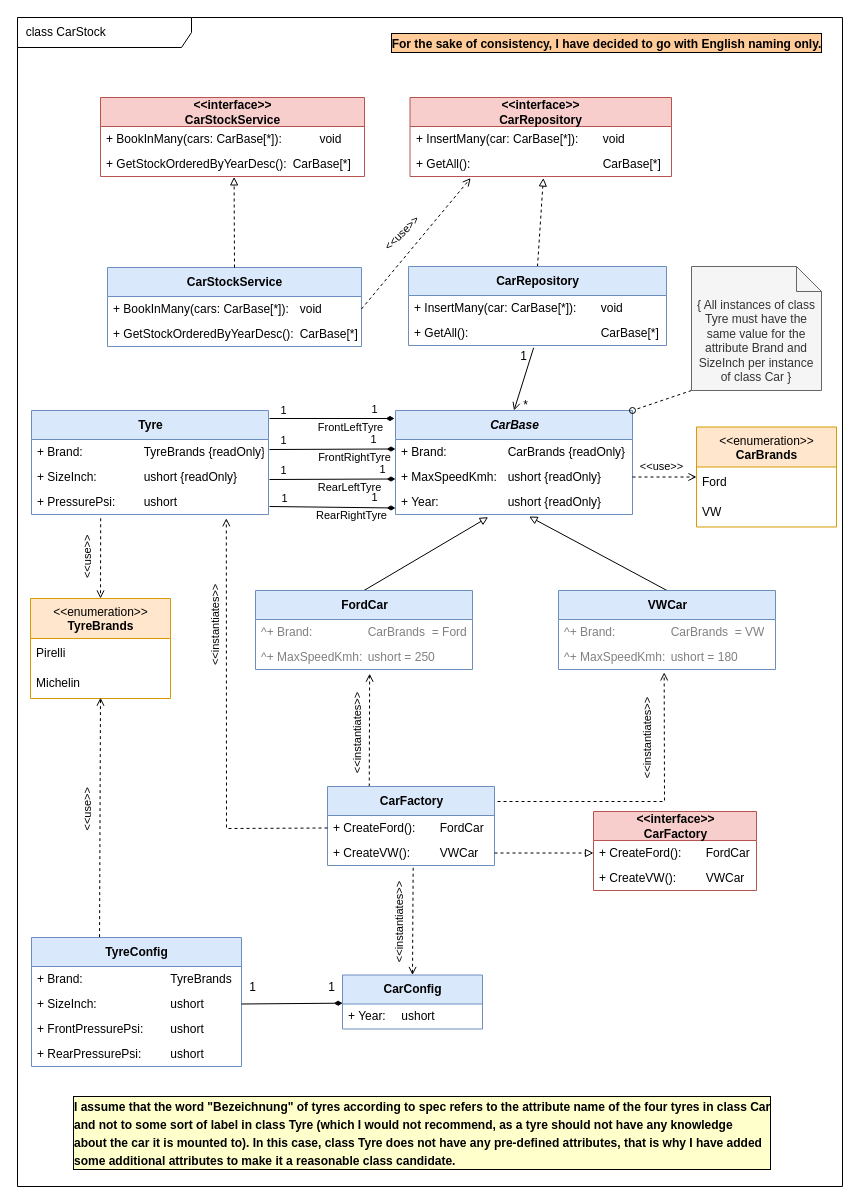
Above: _Docs/Design.drawio in PaWeCoding/CarStock (draw.io), before the change. Source tidied: cells renumbered, new cells numbered last; positions are measured from the earlier drawing's top-left corner, leaving out a move shared by most shapes. Both pictures are drawn from the tidied source at 100%, with x=0, y=0 at pixel (17, 17).
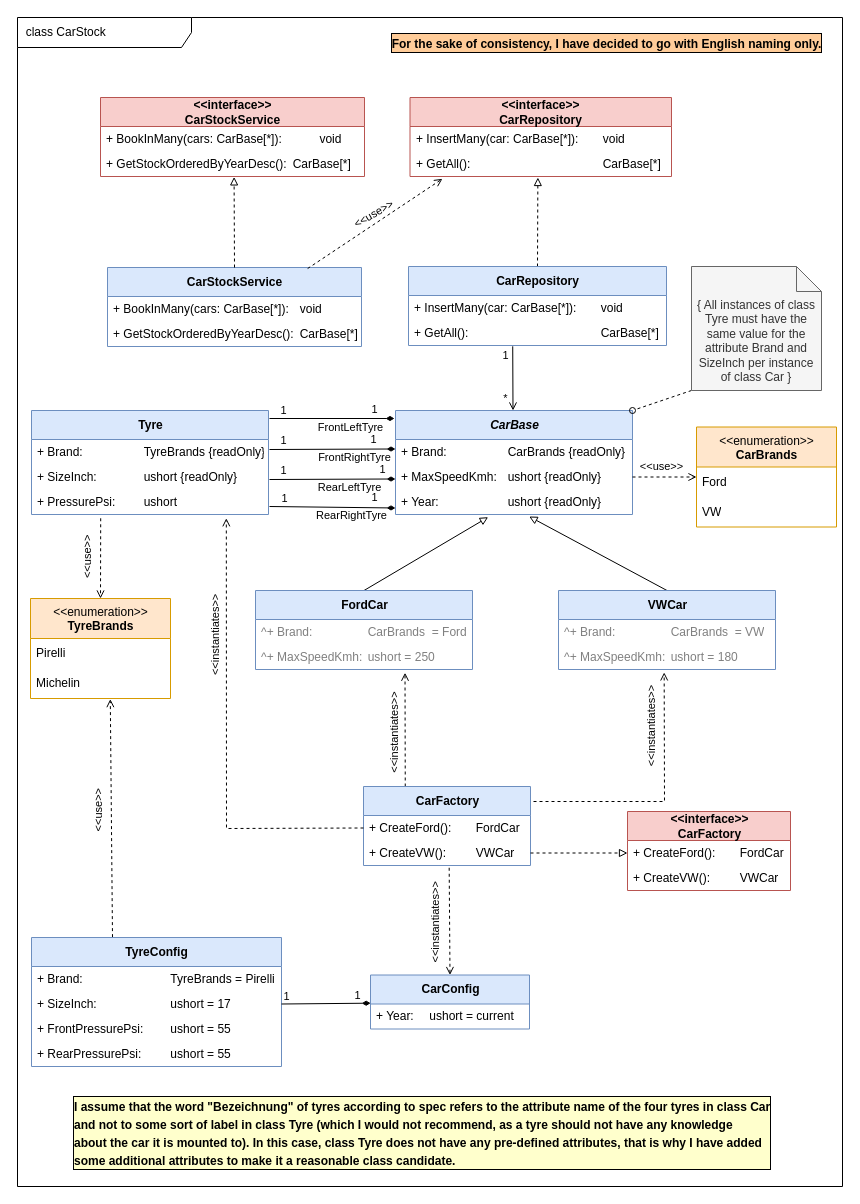
After the change.

Commit message:
Default values added to CarConfig and TyreConfig attributes

The change refers to these unchanged cells:
```xml
<mxCell id="3" value="&lt;i&gt;CarBase&lt;/i&gt;" style="swimlane;fontStyle=1;align=center;verticalAlign=middle;horizontal=1;startSize=29;html=1;fillColor=#dae8fc;strokeColor=#6c8ebf;" parent="1" vertex="1">
  <mxGeometry x="378" y="393" width="237" height="104" as="geometry" />
</mxCell>
<mxCell id="15" value="^+ MaxSpeedKmh:&lt;span style=&quot;white-space: pre;&quot;&gt;&#9;&lt;/span&gt;ushort = 250" style="text;html=1;strokeColor=none;fillColor=none;align=left;verticalAlign=middle;spacingLeft=4;spacingRight=4;overflow=hidden;points=[[0,0.5],[1,0.5]];portConstraint=eastwest;fontColor=#808080;" parent="13" vertex="1">
  <mxGeometry y="54" width="217" height="25" as="geometry" />
</mxCell>
<mxCell id="37" value="CarRepository" style="swimlane;fontStyle=1;align=center;verticalAlign=middle;horizontal=1;startSize=29;html=1;fillColor=#dae8fc;strokeColor=#6c8ebf;" parent="1" vertex="1">
  <mxGeometry x="391" y="249" width="258" height="79" as="geometry" />
</mxCell>
<mxCell id="39" value="+ GetAll():&lt;span style=&quot;white-space: pre;&quot;&gt;&#9;&lt;/span&gt;&lt;span style=&quot;white-space: pre;&quot;&gt;&#9;&lt;span style=&quot;white-space: pre;&quot;&gt;&#9;&lt;/span&gt;&lt;span style=&quot;white-space: pre;&quot;&gt;&#9;&lt;span style=&quot;white-space: pre;&quot;&gt;&#9;&lt;/span&gt;&lt;/span&gt;&lt;/span&gt;CarBase[*]" style="text;html=1;strokeColor=none;fillColor=none;align=left;verticalAlign=middle;spacingLeft=4;spacingRight=4;overflow=hidden;points=[[0,0.5],[1,0.5]];portConstraint=eastwest;" parent="37" vertex="1">
  <mxGeometry y="54" width="258" height="25" as="geometry" />
</mxCell>
<mxCell id="42" value="CarStockService" style="swimlane;fontStyle=1;align=center;verticalAlign=middle;horizontal=1;startSize=29;html=1;fillColor=#dae8fc;strokeColor=#6c8ebf;" parent="1" vertex="1">
  <mxGeometry x="90" y="250" width="254" height="79" as="geometry" />
</mxCell>
<mxCell id="43" value="+ BookInMany(cars: CarBase[*]):&lt;span style=&quot;white-space: pre;&quot;&gt;&#9;&lt;/span&gt;void" style="text;html=1;strokeColor=none;fillColor=none;align=left;verticalAlign=middle;spacingLeft=4;spacingRight=4;overflow=hidden;points=[[0,0.5],[1,0.5]];portConstraint=eastwest;" parent="42" vertex="1">
  <mxGeometry y="29" width="254" height="25" as="geometry" />
</mxCell>
<mxCell id="50" value="Michelin" style="text;html=1;strokeColor=none;fillColor=none;align=left;verticalAlign=middle;spacingLeft=4;spacingRight=4;overflow=hidden;points=[[0,0.5],[1,0.5]];portConstraint=eastwest;" parent="48" vertex="1">
  <mxGeometry y="70" width="140" height="30" as="geometry" />
</mxCell>
<mxCell id="74" value="+ GetAll():&lt;span style=&quot;white-space: pre;&quot;&gt;&#9;&lt;/span&gt;&lt;span style=&quot;white-space: pre;&quot;&gt;&#9;&lt;span style=&quot;white-space: pre;&quot;&gt;&#9;&lt;/span&gt;&lt;span style=&quot;white-space: pre;&quot;&gt;&#9;&lt;span style=&quot;white-space: pre;&quot;&gt;&#9;&lt;/span&gt;&lt;/span&gt;&lt;/span&gt;CarBase[*]" style="text;html=1;strokeColor=none;fillColor=none;align=left;verticalAlign=middle;spacingLeft=4;spacingRight=4;overflow=hidden;points=[[0,0.5],[1,0.5]];portConstraint=eastwest;" parent="72" vertex="1">
  <mxGeometry y="54" width="261.5" height="25" as="geometry" />
</mxCell>
<mxCell id="88" style="edgeStyle=none;html=1;exitX=1;exitY=0.5;exitDx=0;exitDy=0;entryX=0.001;entryY=-0.033;entryDx=0;entryDy=0;entryPerimeter=0;endArrow=diamondThin;endFill=1;startArrow=none;startFill=0;" parent="1" edge="1" source="85" target="80">
  <mxGeometry relative="1" as="geometry" />
</mxCell>
```

Diff of the diagram source:
```diff
@@
-    <mxCell id="20" style="edgeStyle=none;html=1;exitX=0.25;exitY=0;exitDx=0;exitDy=0;entryX=0.526;entryY=1.167;entryDx=0;entryDy=0;entryPerimeter=0;dashed=1;fontColor=#000000;startArrow=none;startFill=0;endArrow=open;endFill=0;" parent="1" edge="1" source="24" target="15">
+    <mxCell id="20" style="edgeStyle=none;html=1;exitX=0.25;exitY=0;exitDx=0;exitDy=0;entryX=0.689;entryY=1.13;entryDx=0;entryDy=0;entryPerimeter=0;dashed=1;fontColor=#000000;startArrow=none;startFill=0;endArrow=open;endFill=0;" parent="1" edge="1" source="24" target="15">
       <mxGeometry relative="1" as="geometry" />
     </mxCell>
@@
     <mxCell id="24" value="CarFactory" style="swimlane;fontStyle=1;align=center;verticalAlign=middle;horizontal=1;startSize=29;html=1;fillColor=#dae8fc;strokeColor=#6c8ebf;" parent="1" vertex="1">
-      <mxGeometry x="310" y="769" width="167" height="79" as="geometry" />
+      <mxGeometry x="346" y="769" width="167" height="79" as="geometry" />
     </mxCell>
@@
-    <mxCell id="35" style="edgeStyle=none;html=1;exitX=0.485;exitY=1.091;exitDx=0;exitDy=0;entryX=0.5;entryY=0;entryDx=0;entryDy=0;fontColor=#000000;endArrow=open;endFill=0;exitPerimeter=0;" parent="1" edge="1" source="39" target="3">
-      <mxGeometry relative="1" as="geometry" />
+    <mxCell id="35" style="edgeStyle=none;html=1;exitX=0.404;exitY=1.032;exitDx=0;exitDy=0;entryX=0.5;entryY=0;entryDx=0;entryDy=0;fontColor=#000000;endArrow=open;endFill=0;exitPerimeter=0;" parent="1" edge="1" source="39">
+      <mxGeometry relative="1" as="geometry">
+        <mxPoint x="495.5" y="393" as="targetPoint" />
+      </mxGeometry>
     </mxCell>
+    <mxCell id="95" value="1" style="edgeLabel;html=1;align=center;verticalAlign=middle;" parent="35" vertex="1">
+      <mxGeometry x="-0.22" y="-1" relative="1" as="geometry">
+        <mxPoint x="-7" y="-16" as="offset" />
+      </mxGeometry>
+    </mxCell>
+    <mxCell id="40" value="*" style="edgeLabel;html=1;align=center;verticalAlign=middle;" parent="35" vertex="1">
+      <mxGeometry x="0.2" y="1" relative="1" as="geometry">
+        <mxPoint x="-9" y="13" as="offset" />
+      </mxGeometry>
+    </mxCell>
-    <mxCell id="36" style="edgeStyle=none;html=1;exitX=0.5;exitY=0;exitDx=0;exitDy=0;entryX=0.51;entryY=1.061;entryDx=0;entryDy=0;entryPerimeter=0;dashed=1;endArrow=block;endFill=0;" parent="1" edge="1" source="37" target="74">
+    <mxCell id="36" style="edgeStyle=none;html=1;exitX=0.5;exitY=0;exitDx=0;exitDy=0;entryX=0.489;entryY=1.04;entryDx=0;entryDy=0;entryPerimeter=0;dashed=1;endArrow=block;endFill=0;" parent="1" edge="1" source="37" target="74">
       <mxGeometry relative="1" as="geometry" />
     </mxCell>
@@
-    <mxCell id="40" value="*" style="text;html=1;align=center;verticalAlign=middle;strokeColor=none;fillColor=none;fontColor=#000000;" parent="1" vertex="1">
-      <mxGeometry x="493" y="373" width="30" height="30" as="geometry" />
-    </mxCell>
-    <mxCell id="41" value="1" style="text;html=1;align=center;verticalAlign=middle;strokeColor=none;fillColor=none;fontColor=#000000;" parent="1" vertex="1">
-      <mxGeometry x="491" y="324" width="30" height="30" as="geometry" />
-    </mxCell>
@@
-    <mxCell id="75" style="edgeStyle=none;html=1;exitX=1;exitY=0.5;exitDx=0;exitDy=0;entryX=0.232;entryY=1.063;entryDx=0;entryDy=0;dashed=1;endArrow=open;endFill=0;entryPerimeter=0;" parent="1" edge="1" source="43" target="74">
+    <mxCell id="75" style="edgeStyle=none;html=1;exitX=0.788;exitY=0.013;exitDx=0;exitDy=0;entryX=0.124;entryY=1.093;entryDx=0;entryDy=0;dashed=1;endArrow=open;endFill=0;entryPerimeter=0;exitPerimeter=0;" parent="1" edge="1" source="42" target="74">
       <mxGeometry relative="1" as="geometry" />
     </mxCell>
-    <mxCell id="76" value="&amp;lt;&amp;lt;use&amp;gt;&amp;gt;" style="edgeLabel;html=1;align=center;verticalAlign=middle;rotation=-45;" parent="75" vertex="1">
+    <mxCell id="76" value="&amp;lt;&amp;lt;use&amp;gt;&amp;gt;" style="edgeLabel;html=1;align=center;verticalAlign=middle;rotation=-30;" parent="75" vertex="1">
       <mxGeometry x="0.34" y="2" relative="1" as="geometry">
-        <mxPoint x="-32" y="13" as="offset" />
+        <mxPoint x="-24" y="7" as="offset" />
       </mxGeometry>
     </mxCell>
@@
     <mxCell id="79" value="CarConfig" style="swimlane;fontStyle=1;align=center;verticalAlign=middle;horizontal=1;startSize=29;html=1;fillColor=#dae8fc;strokeColor=#6c8ebf;" parent="1" vertex="1">
-      <mxGeometry x="325" y="957.5" width="140" height="54" as="geometry" />
+      <mxGeometry x="353" y="957.5" width="159" height="54" as="geometry" />
     </mxCell>
-    <mxCell id="80" value="+ Year:&lt;span style=&quot;white-space: pre;&quot;&gt;&#9;&lt;/span&gt;ushort" style="text;html=1;strokeColor=none;fillColor=none;align=left;verticalAlign=middle;spacingLeft=4;spacingRight=4;overflow=hidden;points=[[0,0.5],[1,0.5]];portConstraint=eastwest;" parent="79" vertex="1">
-      <mxGeometry y="29" width="140" height="25" as="geometry" />
+    <mxCell id="80" value="+ Year:&lt;span style=&quot;white-space: pre;&quot;&gt;&#9;&lt;/span&gt;ushort = current" style="text;html=1;strokeColor=none;fillColor=none;align=left;verticalAlign=middle;spacingLeft=4;spacingRight=4;overflow=hidden;points=[[0,0.5],[1,0.5]];portConstraint=eastwest;" parent="79" vertex="1">
+      <mxGeometry y="29" width="159" height="25" as="geometry" />
     </mxCell>
-    <mxCell id="81" style="edgeStyle=none;html=1;exitX=0.324;exitY=-0.003;exitDx=0;exitDy=0;entryX=0.5;entryY=0.973;entryDx=0;entryDy=0;entryPerimeter=0;endArrow=open;endFill=0;dashed=1;exitPerimeter=0;" parent="1" edge="1" source="83" target="50">
+    <mxCell id="81" style="edgeStyle=none;html=1;exitX=0.324;exitY=-0.003;exitDx=0;exitDy=0;entryX=0.57;entryY=1.02;entryDx=0;entryDy=0;entryPerimeter=0;endArrow=open;endFill=0;dashed=1;exitPerimeter=0;" parent="1" edge="1" source="83" target="50">
       <mxGeometry relative="1" as="geometry" />
     </mxCell>
@@
     <mxCell id="83" value="TyreConfig" style="swimlane;fontStyle=1;align=center;verticalAlign=middle;horizontal=1;startSize=29;html=1;fillColor=#dae8fc;strokeColor=#6c8ebf;" parent="1" vertex="1">
-      <mxGeometry x="14" y="920" width="210" height="129" as="geometry" />
+      <mxGeometry x="14" y="920" width="250" height="129" as="geometry" />
     </mxCell>
-    <mxCell id="84" value="+ Brand:&lt;span style=&quot;white-space: pre;&quot;&gt;&#9;&lt;span style=&quot;white-space: pre;&quot;&gt;&#9;&lt;span style=&quot;white-space: pre;&quot;&gt;&#9;&lt;/span&gt;&lt;span style=&quot;white-space: pre;&quot;&gt;&#9;&lt;/span&gt;&lt;/span&gt;&lt;/span&gt;TyreBrands" style="text;html=1;strokeColor=none;fillColor=none;align=left;verticalAlign=middle;spacingLeft=4;spacingRight=4;overflow=hidden;" parent="83" vertex="1">
-      <mxGeometry y="29" width="210" height="25" as="geometry" />
+    <mxCell id="84" value="+ Brand:&lt;span style=&quot;white-space: pre;&quot;&gt;&#9;&lt;span style=&quot;white-space: pre;&quot;&gt;&#9;&lt;span style=&quot;white-space: pre;&quot;&gt;&#9;&lt;/span&gt;&lt;span style=&quot;white-space: pre;&quot;&gt;&#9;&lt;/span&gt;&lt;/span&gt;&lt;/span&gt;TyreBrands = Pirelli" style="text;html=1;strokeColor=none;fillColor=none;align=left;verticalAlign=middle;spacingLeft=4;spacingRight=4;overflow=hidden;" parent="83" vertex="1">
+      <mxGeometry y="29" width="250" height="25" as="geometry" />
     </mxCell>
-    <mxCell id="85" value="+ SizeInch:&lt;span style=&quot;white-space: pre;&quot;&gt;&#9;&lt;span style=&quot;white-space: pre;&quot;&gt;&#9;&lt;/span&gt;&lt;span style=&quot;white-space: pre;&quot;&gt;&#9;&lt;/span&gt;&lt;/span&gt;ushort" style="text;html=1;strokeColor=none;fillColor=none;align=left;verticalAlign=middle;spacingLeft=4;spacingRight=4;overflow=hidden;points=[[0,0.5],[1,0.5]];portConstraint=eastwest;" parent="83" vertex="1">
-      <mxGeometry y="54" width="210" height="25" as="geometry" />
+    <mxCell id="85" value="+ SizeInch:&lt;span style=&quot;white-space: pre;&quot;&gt;&#9;&lt;span style=&quot;white-space: pre;&quot;&gt;&#9;&lt;/span&gt;&lt;span style=&quot;white-space: pre;&quot;&gt;&#9;&lt;/span&gt;&lt;/span&gt;ushort = 17" style="text;html=1;strokeColor=none;fillColor=none;align=left;verticalAlign=middle;spacingLeft=4;spacingRight=4;overflow=hidden;points=[[0,0.5],[1,0.5]];portConstraint=eastwest;" parent="83" vertex="1">
+      <mxGeometry y="54" width="250" height="25" as="geometry" />
     </mxCell>
-    <mxCell id="86" value="+ FrontPressurePsi:&lt;span style=&quot;white-space: pre;&quot;&gt;&#9;&lt;/span&gt;ushort" style="text;html=1;strokeColor=none;fillColor=none;align=left;verticalAlign=middle;spacingLeft=4;spacingRight=4;overflow=hidden;" parent="83" vertex="1">
-      <mxGeometry y="79" width="210" height="25" as="geometry" />
+    <mxCell id="86" value="+ FrontPressurePsi:&lt;span style=&quot;white-space: pre;&quot;&gt;&#9;&lt;/span&gt;ushort = 55" style="text;html=1;strokeColor=none;fillColor=none;align=left;verticalAlign=middle;spacingLeft=4;spacingRight=4;overflow=hidden;" parent="83" vertex="1">
+      <mxGeometry y="79" width="250" height="25" as="geometry" />
     </mxCell>
-    <mxCell id="87" value="+ RearPressurePsi:&lt;span style=&quot;white-space: pre;&quot;&gt;&#9;&lt;span style=&quot;white-space: pre;&quot;&gt;&#9;&lt;/span&gt;u&lt;/span&gt;short" style="text;html=1;strokeColor=none;fillColor=none;align=left;verticalAlign=middle;spacingLeft=4;spacingRight=4;overflow=hidden;" parent="83" vertex="1">
-      <mxGeometry y="104" width="210" height="25" as="geometry" />
+    <mxCell id="87" value="+ RearPressurePsi:&lt;span style=&quot;white-space: pre;&quot;&gt;&#9;&lt;span style=&quot;white-space: pre;&quot;&gt;&#9;&lt;/span&gt;u&lt;/span&gt;short = 55" style="text;html=1;strokeColor=none;fillColor=none;align=left;verticalAlign=middle;spacingLeft=4;spacingRight=4;overflow=hidden;" parent="83" vertex="1">
+      <mxGeometry y="104" width="250" height="25" as="geometry" />
     </mxCell>
@@
-    <mxCell id="89" value="1" style="text;html=1;align=center;verticalAlign=middle;strokeColor=none;fillColor=none;" parent="1" vertex="1">
-      <mxGeometry x="220" y="955" width="30" height="30" as="geometry" />
-    </mxCell>
-    <mxCell id="90" value="1" style="text;html=1;align=center;verticalAlign=middle;strokeColor=none;fillColor=none;" parent="1" vertex="1">
-      <mxGeometry x="299" y="955" width="30" height="30" as="geometry" />
-    </mxCell>
+    <mxCell id="96" value="1" style="edgeLabel;html=1;align=center;verticalAlign=middle;" parent="88" vertex="1">
+      <mxGeometry x="-0.31" relative="1" as="geometry">
+        <mxPoint x="-26" y="-8" as="offset" />
+      </mxGeometry>
+    </mxCell>
+    <mxCell id="97" value="1" style="edgeLabel;html=1;align=center;verticalAlign=middle;" parent="88" vertex="1">
+      <mxGeometry x="0.1" relative="1" as="geometry">
+        <mxPoint x="27" y="-9" as="offset" />
+      </mxGeometry>
+    </mxCell>
     <mxCell id="91" value="&amp;lt;&amp;lt;interface&amp;gt;&amp;gt;&lt;br&gt;CarFactory" style="swimlane;fontStyle=1;align=center;verticalAlign=middle;horizontal=1;startSize=29;html=1;fillColor=#f8cecc;strokeColor=#b85450;" parent="1" vertex="1">
-      <mxGeometry x="576" y="794" width="163" height="79" as="geometry" />
+      <mxGeometry x="610" y="794" width="163" height="79" as="geometry" />
     </mxCell>
```
